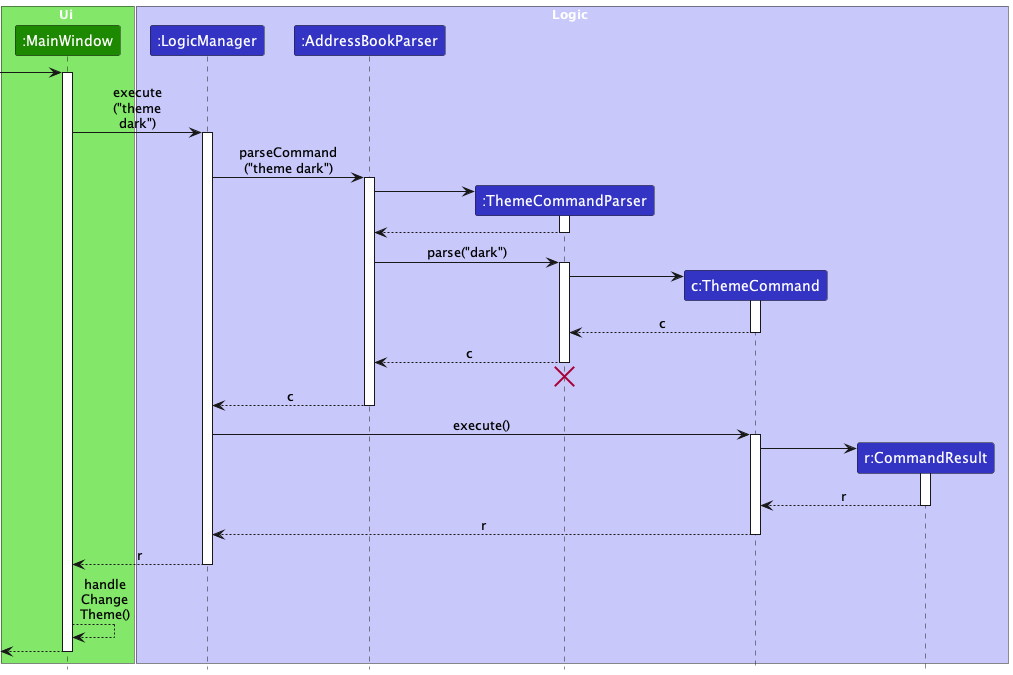
nus-cs2103-AY2324S1/tp keeps this PlantUML diagram as docs/images/ChangeThemeSequenceDiagram.png. Above is the earlier version.
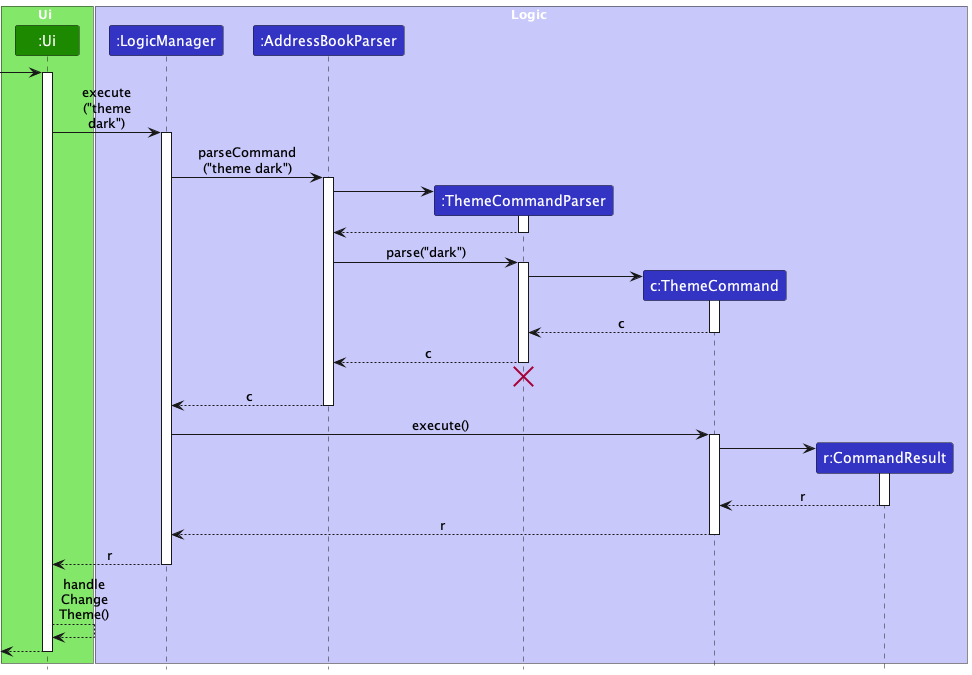
After the commit.

Commit message:
Update sequence diagrams for theme

What changed in the source:
```diff
@@ -2,7 +2,7 @@
 !include style.puml
 skinparam ArrowFontStyle plain
 box Ui UI_COLOR_T1
-participant ":MainWindow" as Ui UI_COLOR
+participant ":Ui" as Ui UI_COLOR
 end box
 
 box Logic LOGIC_COLOR_T1
```
